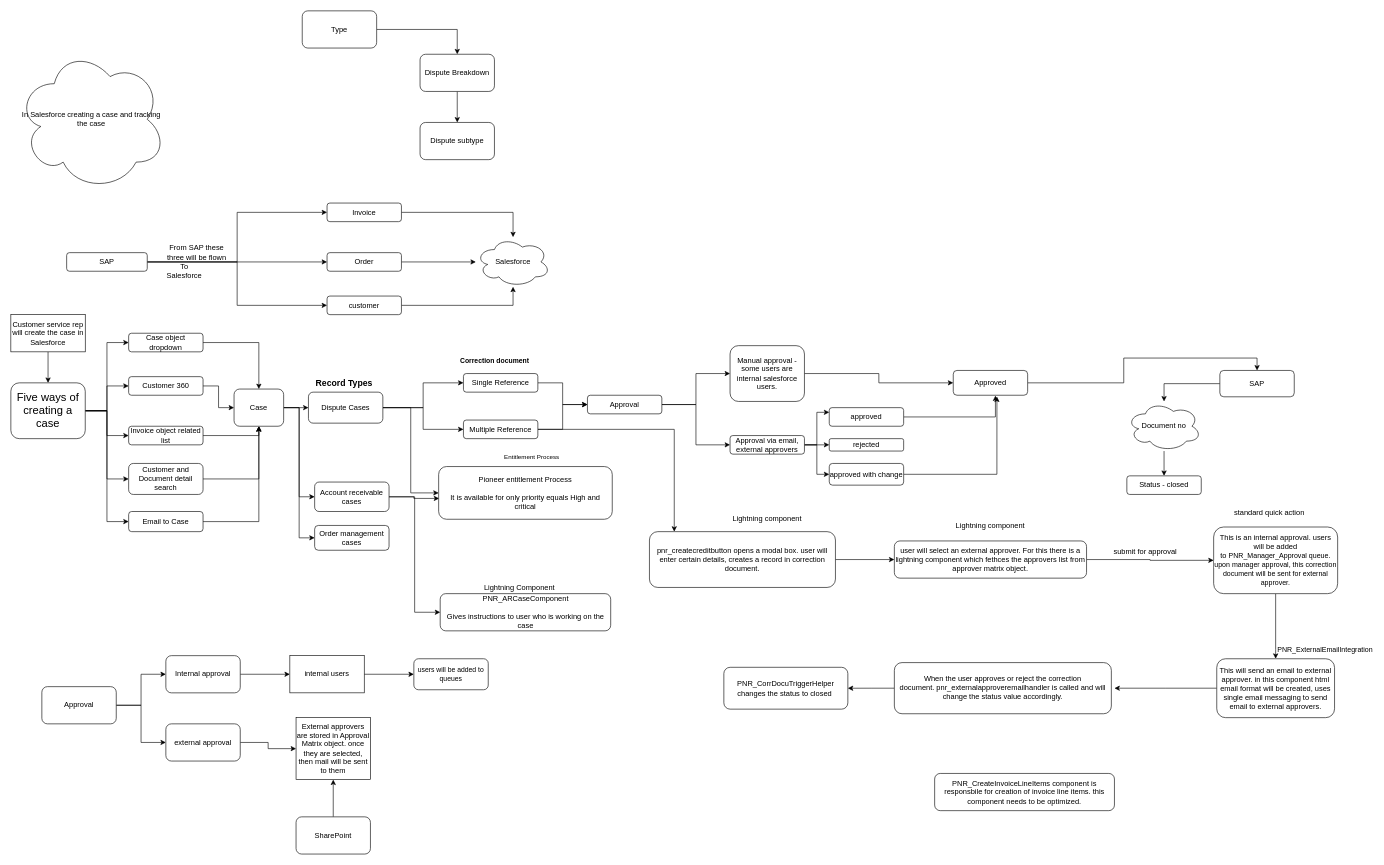
Earlier version of the draw.io diagram Untitled Diagram.drawio (sagaramm/ui_notes). Source tidied: cells renumbered, new cells numbered last; positions are measured from the earlier drawing's top-left corner, leaving out a move shared by most shapes. Both pictures are drawn from the tidied source at 62%, with x=0, y=0 at pixel (11, 11).
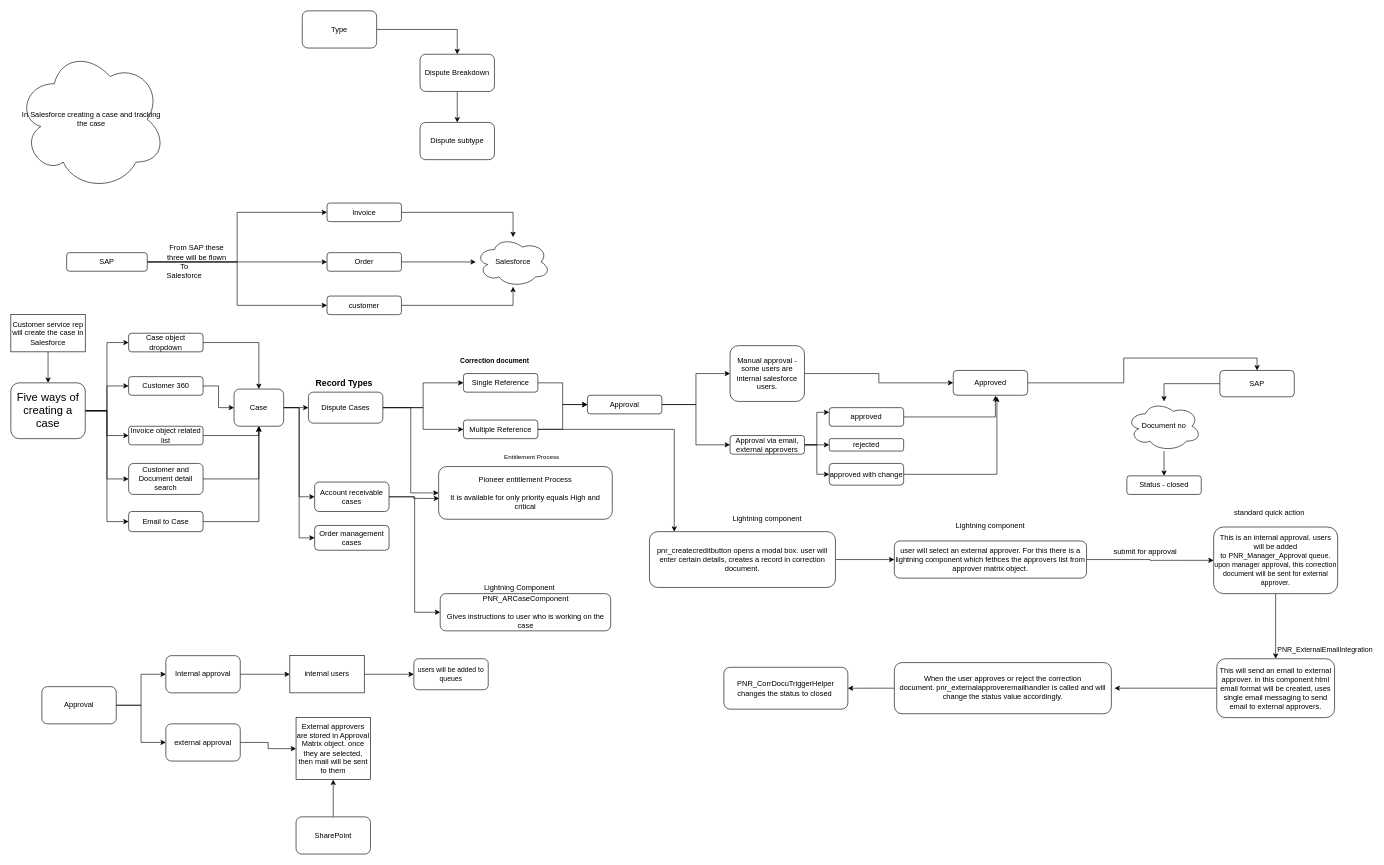
After the change.

What changed in the source:
```diff
@@
-    <mxCell id="113" value="PNR_CreateInvoiceLineItems component is responsbile for creation of invoice line items. this component needs to be optimized." style="rounded=1;whiteSpace=wrap;html=1;" parent="1" vertex="1">
-      <mxGeometry x="1490" y="1230" width="290" height="60" as="geometry" />
-    </mxCell>
```
